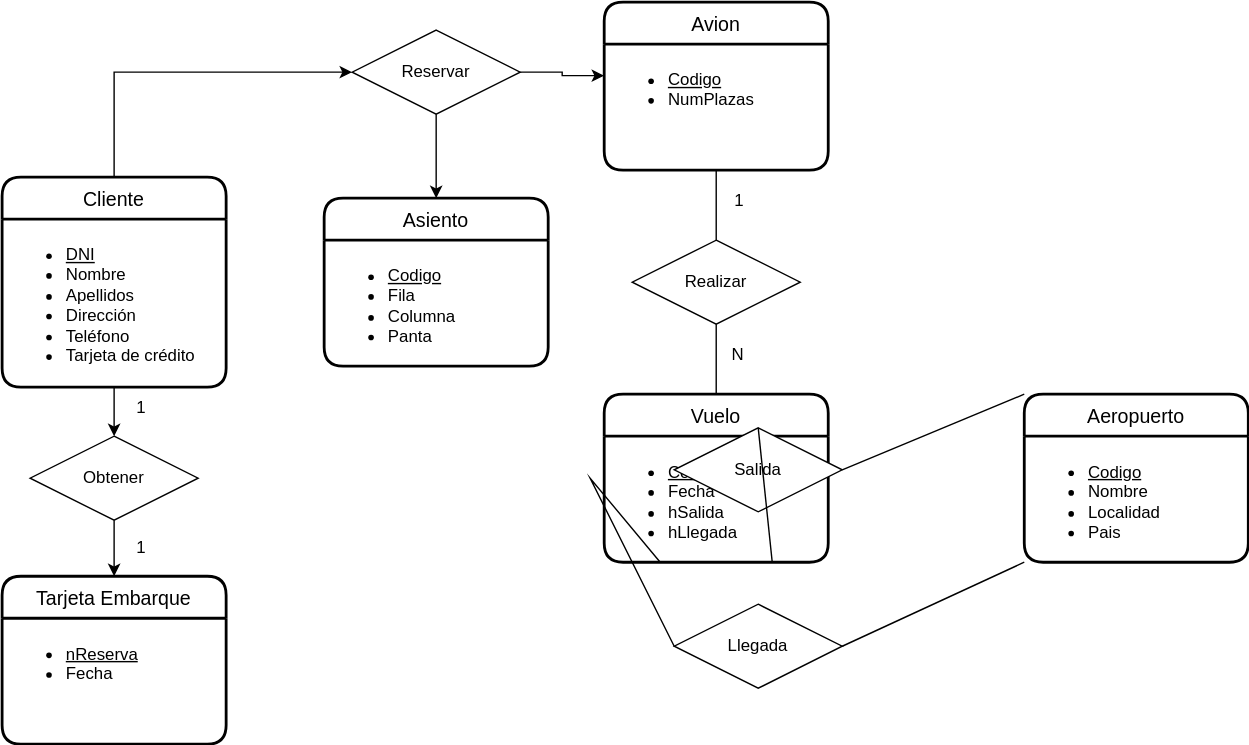
Earlier version of the draw.io export UD12-8.svg (Jimxx22/C3-UD11-UML). Source tidied: cells renumbered, new cells last; positions are measured from the earlier drawing's top-left corner, leaving out a move shared by most shapes.
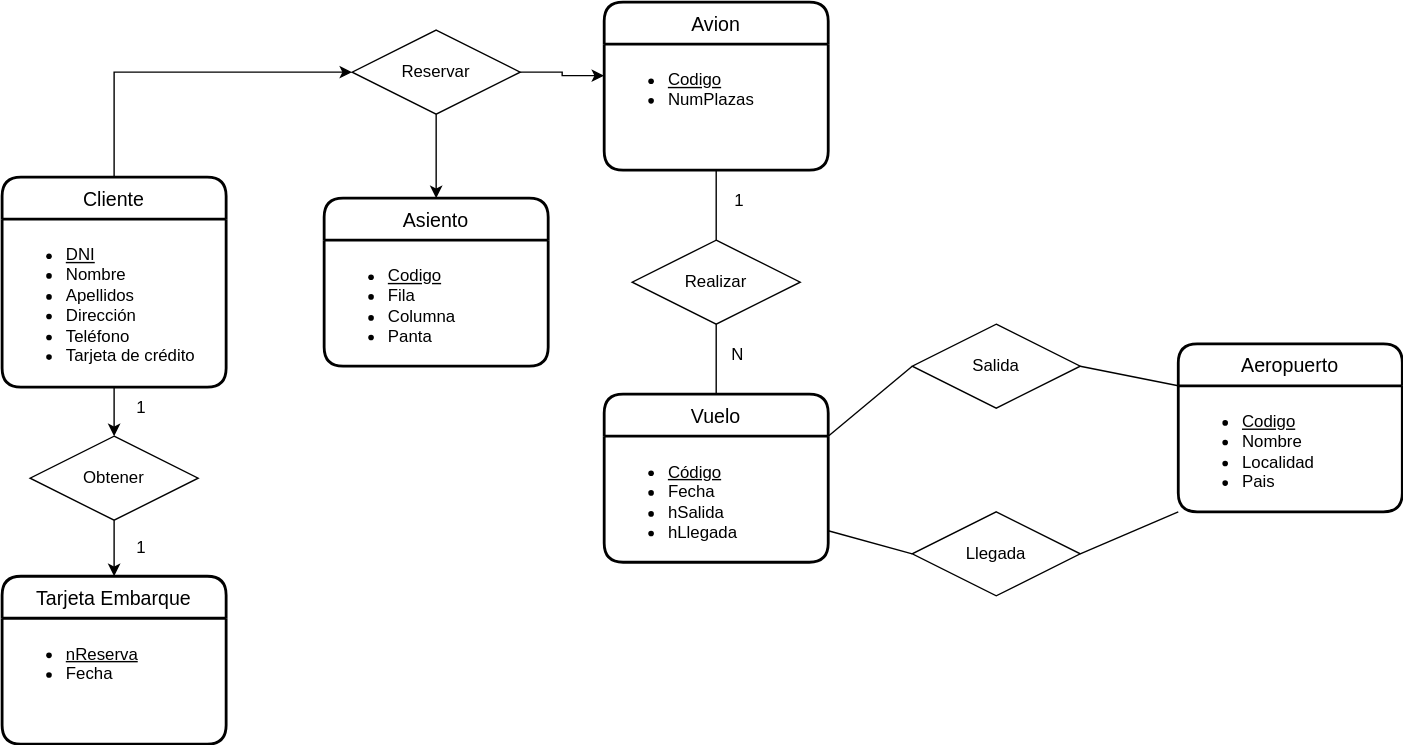
After the commit.

Diff of the diagram source:
```diff
@@ -15,7 +15,7 @@
       <mxGeometry y="30" width="160" height="120" as="geometry" />
     </mxCell>
     <mxCell id="6" value="Aeropuerto" style="swimlane;horizontal=1;startSize=30;rounded=1;fontSize=14;fontStyle=0;strokeWidth=2;shadow=0;dashed=0;align=center;" parent="1" vertex="1">
-      <mxGeometry x="730" y="280" width="160" height="120" as="geometry" />
+      <mxGeometry x="840" y="244" width="160" height="120" as="geometry" />
     </mxCell>
     <mxCell id="7" value="&lt;ul&gt;&lt;li&gt;&lt;u&gt;Codigo&lt;/u&gt;&lt;/li&gt;&lt;li&gt;Nombre&lt;/li&gt;&lt;li&gt;Localidad&lt;/li&gt;&lt;li&gt;Pais&lt;/li&gt;&lt;/ul&gt;" style="align=left;strokeColor=none;fillColor=none;spacingLeft=4;fontSize=12;verticalAlign=top;html=1;" parent="6" vertex="1">
       <mxGeometry y="30" width="160" height="90" as="geometry" />
@@ -45,18 +45,18 @@
       <mxGeometry y="30" width="160" height="90" as="geometry" />
     </mxCell>
     <mxCell id="16" value="Llegada" style="shape=rhombus;perimeter=rhombusPerimeter;whiteSpace=wrap;html=1;align=center;rounded=0;glass=0;labelBorderColor=none;fillColor=default;" parent="1" vertex="1">
-      <mxGeometry x="480" y="430" width="120" height="60" as="geometry" />
+      <mxGeometry x="650" y="364" width="120" height="60" as="geometry" />
     </mxCell>
     <mxCell id="17" value="Realizar" style="shape=rhombus;perimeter=rhombusPerimeter;whiteSpace=wrap;html=1;align=center;" parent="1" vertex="1">
       <mxGeometry x="450" y="170" width="120" height="60" as="geometry" />
     </mxCell>
     <mxCell id="18" value="Salida" style="shape=rhombus;perimeter=rhombusPerimeter;whiteSpace=wrap;html=1;align=center;rounded=0;glass=0;labelBorderColor=none;fillColor=default;" parent="1" vertex="1">
-      <mxGeometry x="480" y="304" width="120" height="60" as="geometry" />
+      <mxGeometry x="650" y="230" width="120" height="60" as="geometry" />
     </mxCell>
     <mxCell id="19" style="edgeStyle=orthogonalEdgeStyle;rounded=0;jettySize=auto;html=1;exitX=0.5;exitY=1;exitDx=0;exitDy=0;entryX=0.5;entryY=0;entryDx=0;entryDy=0;" parent="1" edge="1" source="24" target="14">
       <mxGeometry relative="1" as="geometry" />
     </mxCell>
-    <mxCell id="20" style="endArrow=none;html=1;rounded=0;entryX=0;entryY=0;entryDx=0;entryDy=0;exitX=1;exitY=0.5;exitDx=0;exitDy=0;" parent="1" edge="1" source="18" target="6">
+    <mxCell id="20" style="endArrow=none;html=1;rounded=0;entryX=0;entryY=0.25;entryDx=0;entryDy=0;exitX=1;exitY=0.5;exitDx=0;exitDy=0;" parent="1" edge="1" source="18" target="6">
       <mxGeometry relative="1" as="geometry" />
     </mxCell>
     <mxCell id="21" style="endArrow=none;html=1;rounded=0;exitX=0.5;exitY=0;exitDx=0;exitDy=0;entryX=0.5;entryY=1;entryDx=0;entryDy=0;" parent="1" edge="1" source="17" target="9">
@@ -73,7 +73,7 @@
     <mxCell id="24" value="Obtener" style="shape=rhombus;perimeter=rhombusPerimeter;whiteSpace=wrap;html=1;align=center;" parent="1" vertex="1">
       <mxGeometry x="20" y="310" width="120" height="60" as="geometry" />
     </mxCell>
-    <mxCell id="25" style="endArrow=none;html=1;rounded=0;entryX=0.5;entryY=0;entryDx=0;entryDy=0;exitX=0.75;exitY=1;exitDx=0;exitDy=0;" parent="1" edge="1" source="11" target="18">
+    <mxCell id="25" style="endArrow=none;html=1;rounded=0;entryX=0;entryY=0.5;entryDx=0;entryDy=0;exitX=1;exitY=0;exitDx=0;exitDy=0;" parent="1" edge="1" source="11" target="18">
       <mxGeometry relative="1" as="geometry" />
     </mxCell>
     <mxCell id="26" style="endArrow=none;html=1;rounded=0;exitX=0.5;exitY=1;exitDx=0;exitDy=0;entryX=0.5;entryY=0;entryDx=0;entryDy=0;" parent="1" edge="1" source="17" target="10">
@@ -84,13 +84,6 @@
         <mxPoint x="20" y="-20" as="offset" />
       </mxGeometry>
     </mxCell>
-    <mxCell id="28" style="endArrow=none;html=1;rounded=0;entryX=0;entryY=0.5;entryDx=0;entryDy=0;exitX=0.25;exitY=1;exitDx=0;exitDy=0;" parent="1" edge="1" source="11" target="16">
-      <mxGeometry relative="1" as="geometry">
-        <Array as="points">
-          <mxPoint x="420" y="340" />
-        </Array>
-      </mxGeometry>
-    </mxCell>
     <mxCell id="29" value="1" style="html=1;align=right;verticalAlign=bottom;" parent="1" vertex="1">
       <mxGeometry x="500" y="410" as="geometry">
         <mxPoint x="-397" y="-112" as="offset" />
@@ -110,5 +103,8 @@
     <mxCell id="33" value="Reservar" style="shape=rhombus;perimeter=rhombusPerimeter;whiteSpace=wrap;html=1;align=center;" parent="1" vertex="1">
       <mxGeometry x="250" y="20" width="120" height="60" as="geometry" />
     </mxCell>
+    <mxCell id="28" style="endArrow=none;html=1;rounded=0;entryX=0;entryY=0.5;entryDx=0;entryDy=0;exitX=1;exitY=0.75;exitDx=0;exitDy=0;" parent="1" edge="1" source="11" target="16">
+      <mxGeometry relative="1" as="geometry" />
+    </mxCell>
   </root>
 </mxGraphModel>
```
